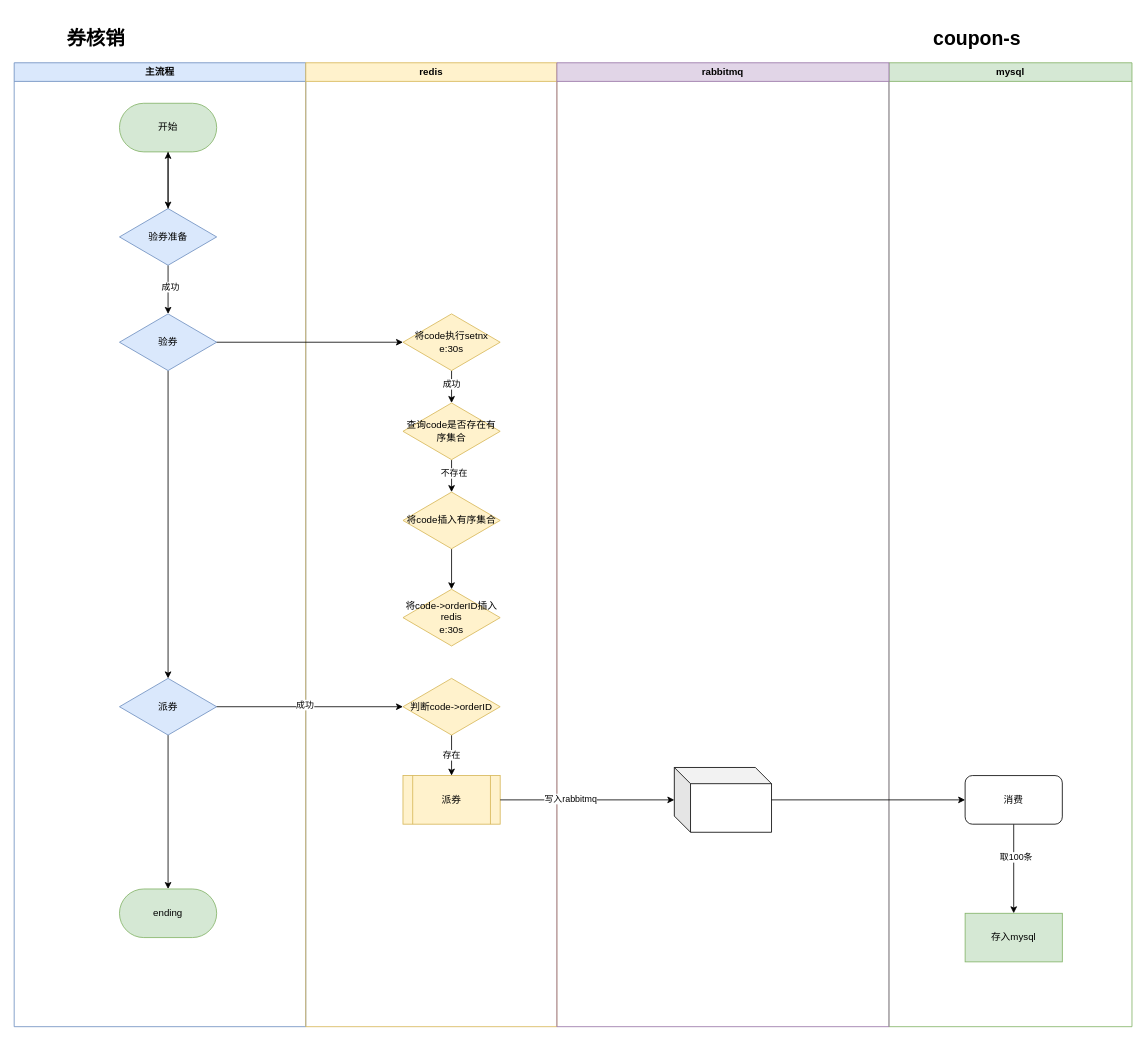
Above: xlh/xlh.drawio in zhanghaiyang1/draw (draw.io), before the change. Source tidied: cells renumbered, new cells numbered last; positions are measured from the earlier drawing's top-left corner, leaving out a move shared by most shapes. Both pictures are drawn from the tidied source at 81%, with x=0, y=0 at pixel (14, 22).
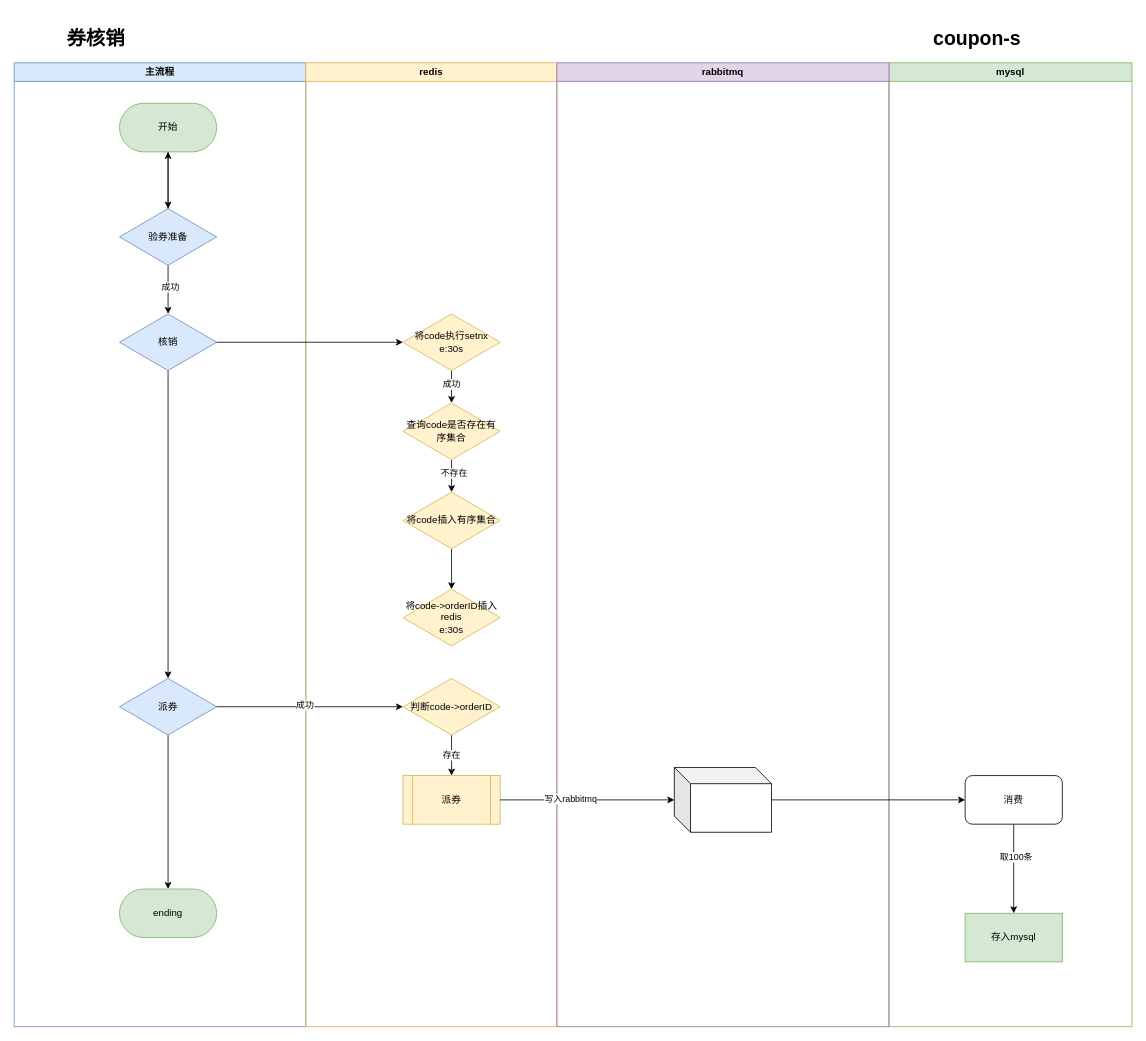
Above is the later version.

Unchanged cells that the change refers to:
```xml
<mxCell id="3" value="主流程" style="swimlane;whiteSpace=wrap;html=1;fillColor=#dae8fc;strokeColor=#6c8ebf;" parent="1" vertex="1">
  <mxGeometry y="50" width="360" height="1190" as="geometry" />
</mxCell>
```

What changed in the source:
```diff
@@
-    <mxCell id="9" value="验券" style="rhombus;whiteSpace=wrap;html=1;fillColor=#dae8fc;strokeColor=#6c8ebf;" parent="3" vertex="1">
+    <mxCell id="9" value="核销" style="rhombus;whiteSpace=wrap;html=1;fillColor=#dae8fc;strokeColor=#6c8ebf;" parent="3" vertex="1">
       <mxGeometry x="130" y="310" width="120" height="70" as="geometry" />
     </mxCell>
```
